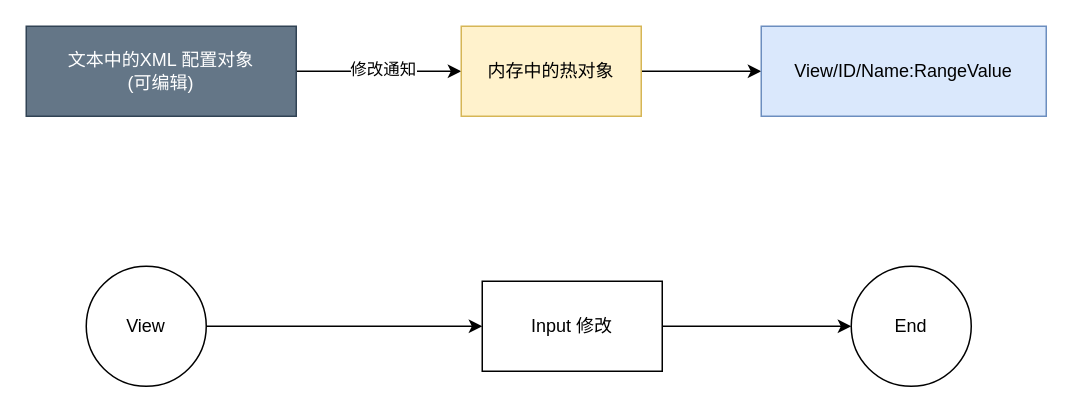
robyle/WorkDocuments keeps this draw.io diagram as 软件可输入性控制.drawio. Above is the earlier version. Source tidied: cells renumbered, new cells numbered last; positions are measured from the earlier drawing's top-left corner, leaving out a move shared by most shapes. Both pictures are drawn from the tidied source at 150%, with x=0, y=0 at pixel (26, 26).
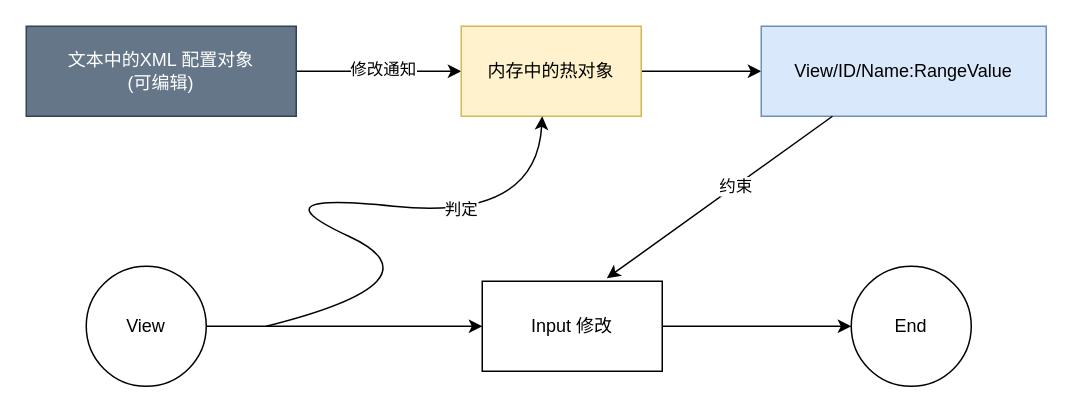
After the change.

Commit message (it also covers changes not shown here):
更新软件可输入性控制.drawio

Diff of the diagram source:
```diff
@@
 <mxGraphModel>
   <root>
     <mxCell id="0" />
     <mxCell id="1" parent="0" />
     <mxCell id="2" style="edgeStyle=orthogonalEdgeStyle;rounded=0;jettySize=auto;html=1;" parent="1" edge="1" source="4" target="6">
       <mxGeometry relative="1" as="geometry" />
     </mxCell>
     <mxCell id="3" value="修改通知" style="edgeLabel;html=1;align=center;verticalAlign=middle;" parent="2" vertex="1">
       <mxGeometry x="0.03" y="2" relative="1" as="geometry" />
     </mxCell>
     <mxCell id="4" value="文本中的XML 配置对象&lt;br&gt;(可编辑)" style="rounded=0;whiteSpace=wrap;html=1;fillColor=#647687;fontColor=#ffffff;strokeColor=#314354;" parent="1" vertex="1">
       <mxGeometry width="180" height="60" as="geometry" />
     </mxCell>
     <mxCell id="5" style="edgeStyle=orthogonalEdgeStyle;rounded=0;jettySize=auto;html=1;" parent="1" edge="1" source="6" target="7">
       <mxGeometry relative="1" as="geometry" />
     </mxCell>
     <mxCell id="6" value="内存中的热对象" style="rounded=0;whiteSpace=wrap;html=1;fillColor=#fff2cc;strokeColor=#d6b656;" parent="1" vertex="1">
       <mxGeometry x="290" width="120" height="60" as="geometry" />
     </mxCell>
     <mxCell id="7" value="View/ID/Name:RangeValue&lt;br&gt;" style="whiteSpace=wrap;html=1;rounded=0;fillColor=#dae8fc;strokeColor=#6c8ebf;" parent="1" vertex="1">
       <mxGeometry x="490" width="190" height="60" as="geometry" />
     </mxCell>
     <mxCell id="8" style="edgeStyle=orthogonalEdgeStyle;rounded=0;jettySize=auto;html=1;" parent="1" edge="1" source="9" target="11">
       <mxGeometry relative="1" as="geometry" />
     </mxCell>
     <mxCell id="9" value="View" style="ellipse;whiteSpace=wrap;html=1;" parent="1" vertex="1">
       <mxGeometry x="40" y="160" width="80" height="80" as="geometry" />
     </mxCell>
     <mxCell id="10" style="edgeStyle=orthogonalEdgeStyle;rounded=0;jettySize=auto;html=1;" parent="1" edge="1" source="11" target="12">
       <mxGeometry relative="1" as="geometry" />
     </mxCell>
     <mxCell id="11" value="Input 修改" style="whiteSpace=wrap;html=1;" parent="1" vertex="1">
       <mxGeometry x="304" y="170" width="120" height="60" as="geometry" />
     </mxCell>
     <mxCell id="12" value="End" style="ellipse;whiteSpace=wrap;html=1;" parent="1" vertex="1">
       <mxGeometry x="550" y="160" width="80" height="80" as="geometry" />
     </mxCell>
+    <mxCell id="13" style="curved=1;endArrow=classic;html=1;rounded=0;entryX=0.45;entryY=1;entryDx=0;entryDy=0;entryPerimeter=0;" parent="1" edge="1" target="6">
+      <mxGeometry relative="1" as="geometry">
+        <mxPoint x="160" y="200" as="sourcePoint" />
+        <Array as="points">
+          <mxPoint x="280" y="170" />
+          <mxPoint x="150" y="110" />
+          <mxPoint x="340" y="130" />
+        </Array>
+      </mxGeometry>
+    </mxCell>
+    <mxCell id="14" value="判定" style="edgeLabel;html=1;align=center;verticalAlign=middle;" parent="13" vertex="1">
+      <mxGeometry x="0.54" y="3" relative="1" as="geometry" />
+    </mxCell>
+    <mxCell id="15" style="endArrow=classic;html=1;rounded=0;exitX=0.25;exitY=1;exitDx=0;exitDy=0;entryX=0.692;entryY=-0.033;entryDx=0;entryDy=0;entryPerimeter=0;" parent="1" edge="1" source="7" target="11">
+      <mxGeometry relative="1" as="geometry" />
+    </mxCell>
+    <mxCell id="16" value="约束" style="edgeLabel;html=1;align=center;verticalAlign=middle;" parent="15" vertex="1">
+      <mxGeometry x="-0.14" relative="1" as="geometry" />
+    </mxCell>
   </root>
 </mxGraphModel>
```
